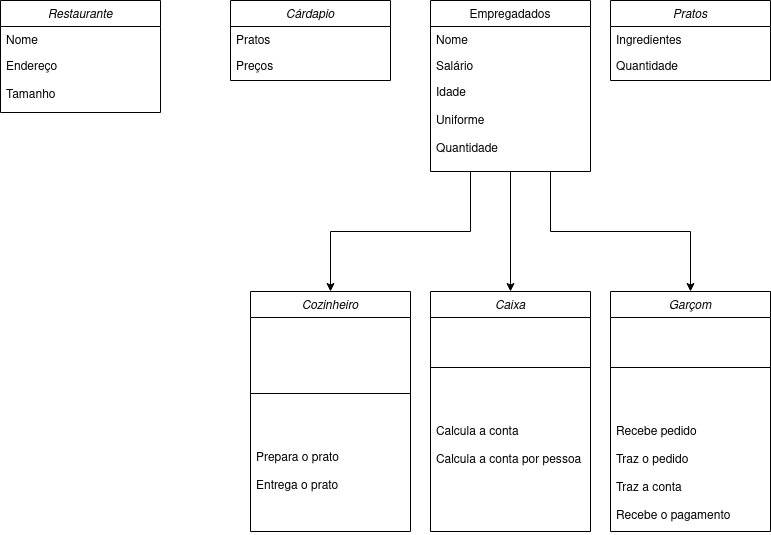
Earlier version of the draw.io export restaurante.drawio.png (thayrelan/AEDS-SegundoAnoColtec). Source tidied: cells renumbered, new cells last; positions are measured from the earlier drawing's top-left corner, leaving out a move shared by most shapes.
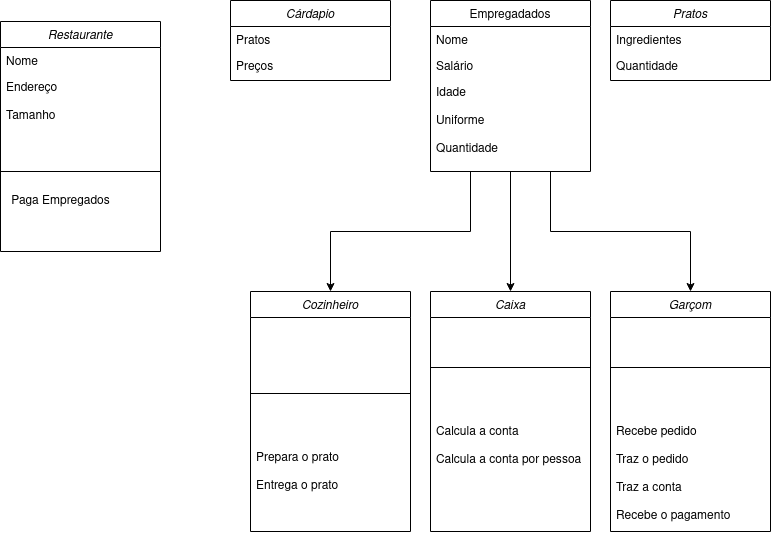
Later version of the same file.

What changed in the source:
```diff
@@ -3,7 +3,7 @@
     <mxCell id="0" />
     <mxCell id="1" parent="0" />
     <mxCell id="2" value="Restaurante" style="swimlane;fontStyle=2;align=center;verticalAlign=top;horizontal=1;startSize=26;rounded=0;shadow=0;strokeWidth=1;" parent="1" vertex="1">
-      <mxGeometry width="160" height="112" as="geometry" />
+      <mxGeometry y="21" width="160" height="230" as="geometry" />
     </mxCell>
     <mxCell id="3" value="Nome" style="text;align=left;verticalAlign=top;spacingLeft=4;spacingRight=4;overflow=hidden;" parent="2" vertex="1">
       <mxGeometry y="26" width="160" height="26" as="geometry" />
@@ -80,5 +80,11 @@
     <mxCell id="27" value="Calcula a conta&#10;&#10;Calcula a conta por pessoa&#10;" style="text;align=left;verticalAlign=top;spacingLeft=4;spacingRight=4;overflow=hidden;rounded=0;shadow=0;html=0;" parent="25" vertex="1">
       <mxGeometry y="126" width="160" height="68" as="geometry" />
     </mxCell>
+    <mxCell id="28" style="line;html=1;strokeWidth=1;align=left;verticalAlign=middle;spacingTop=-1;spacingLeft=3;spacingRight=3;labelPosition=right;" parent="1" vertex="1">
+      <mxGeometry y="121" width="160" height="100" as="geometry" />
+    </mxCell>
+    <mxCell id="29" value="Paga Empregados" style="text;html=1;align=center;verticalAlign=middle;strokeColor=none;fillColor=none;" parent="1" vertex="1">
+      <mxGeometry y="186" width="120" height="30" as="geometry" />
+    </mxCell>
   </root>
 </mxGraphModel>
```
